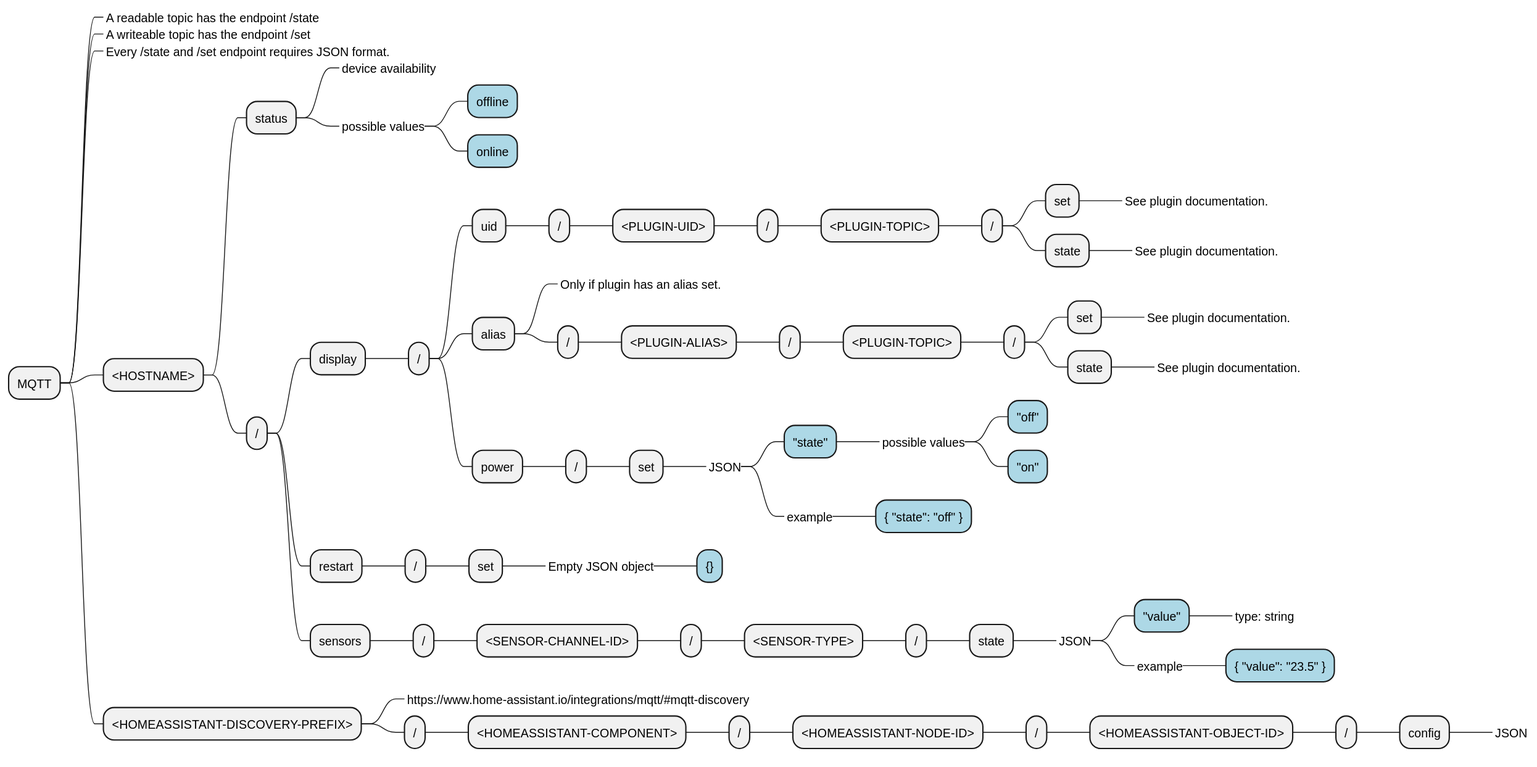
Earlier version of the PlantUML export doc/architecture/svg/mqtt_mindmap.svg (BlueAndi/Pixelix).
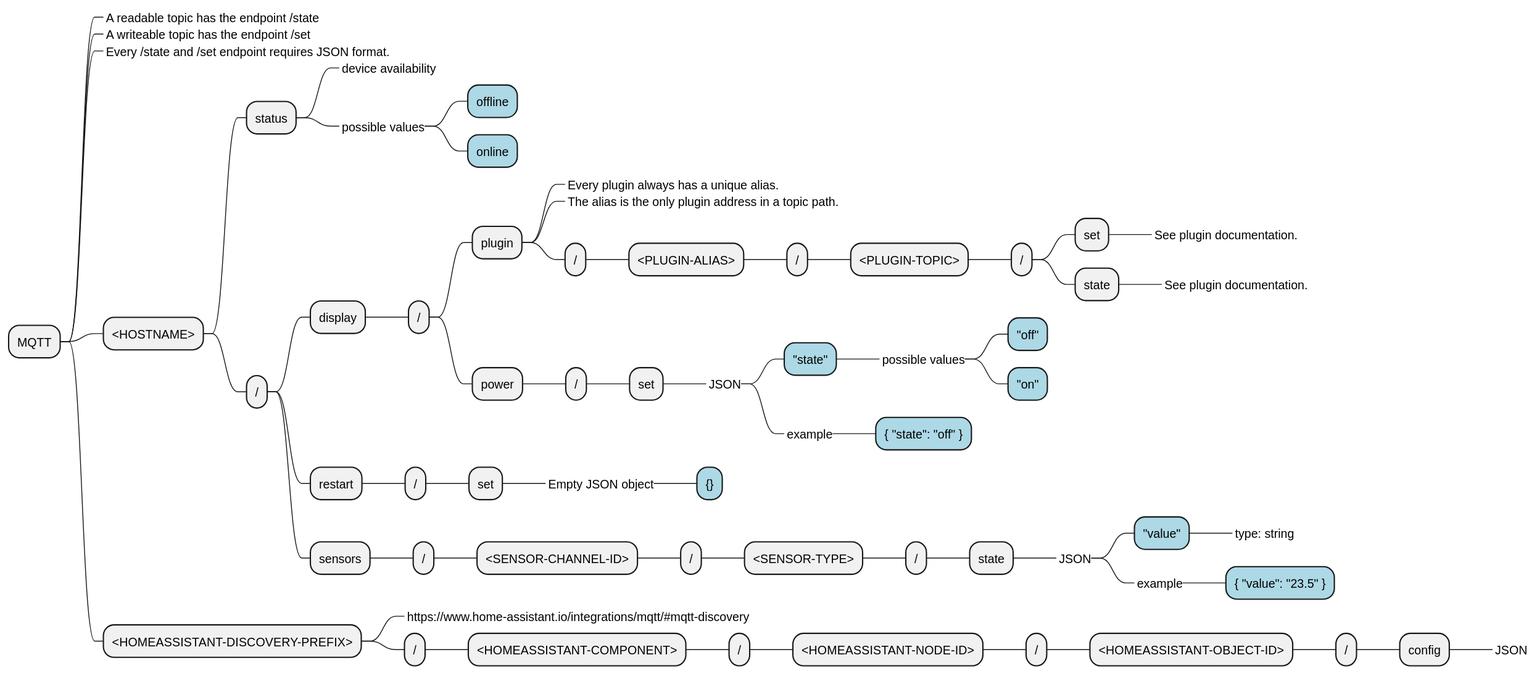
After the commit.

Change to the diagram source:
```diff
@@ -1,4 +1,4 @@
-@startmindmap mqtt_mindmap.wsd
+@startmindmap mqtt_mindmap
 
 + MQTT
 
@@ -19,19 +19,9 @@
 ++++ display
 +++++ /
 
-++++++ uid
-+++++++ /
-++++++++ <PLUGIN-UID>
-+++++++++ /
-++++++++++ <PLUGIN-TOPIC>
-+++++++++++ /
-++++++++++++ set
-+++++++++++++_ See plugin documentation.
-++++++++++++ state
-+++++++++++++_ See plugin documentation.
-
-++++++ alias
-+++++++_ Only if plugin has an alias set.
+++++++ plugin
++++++++_ Every plugin always has a unique alias.
++++++++_ The alias is the only plugin address in a topic path.
 +++++++ /
 ++++++++ <PLUGIN-ALIAS>
 +++++++++ /
```
